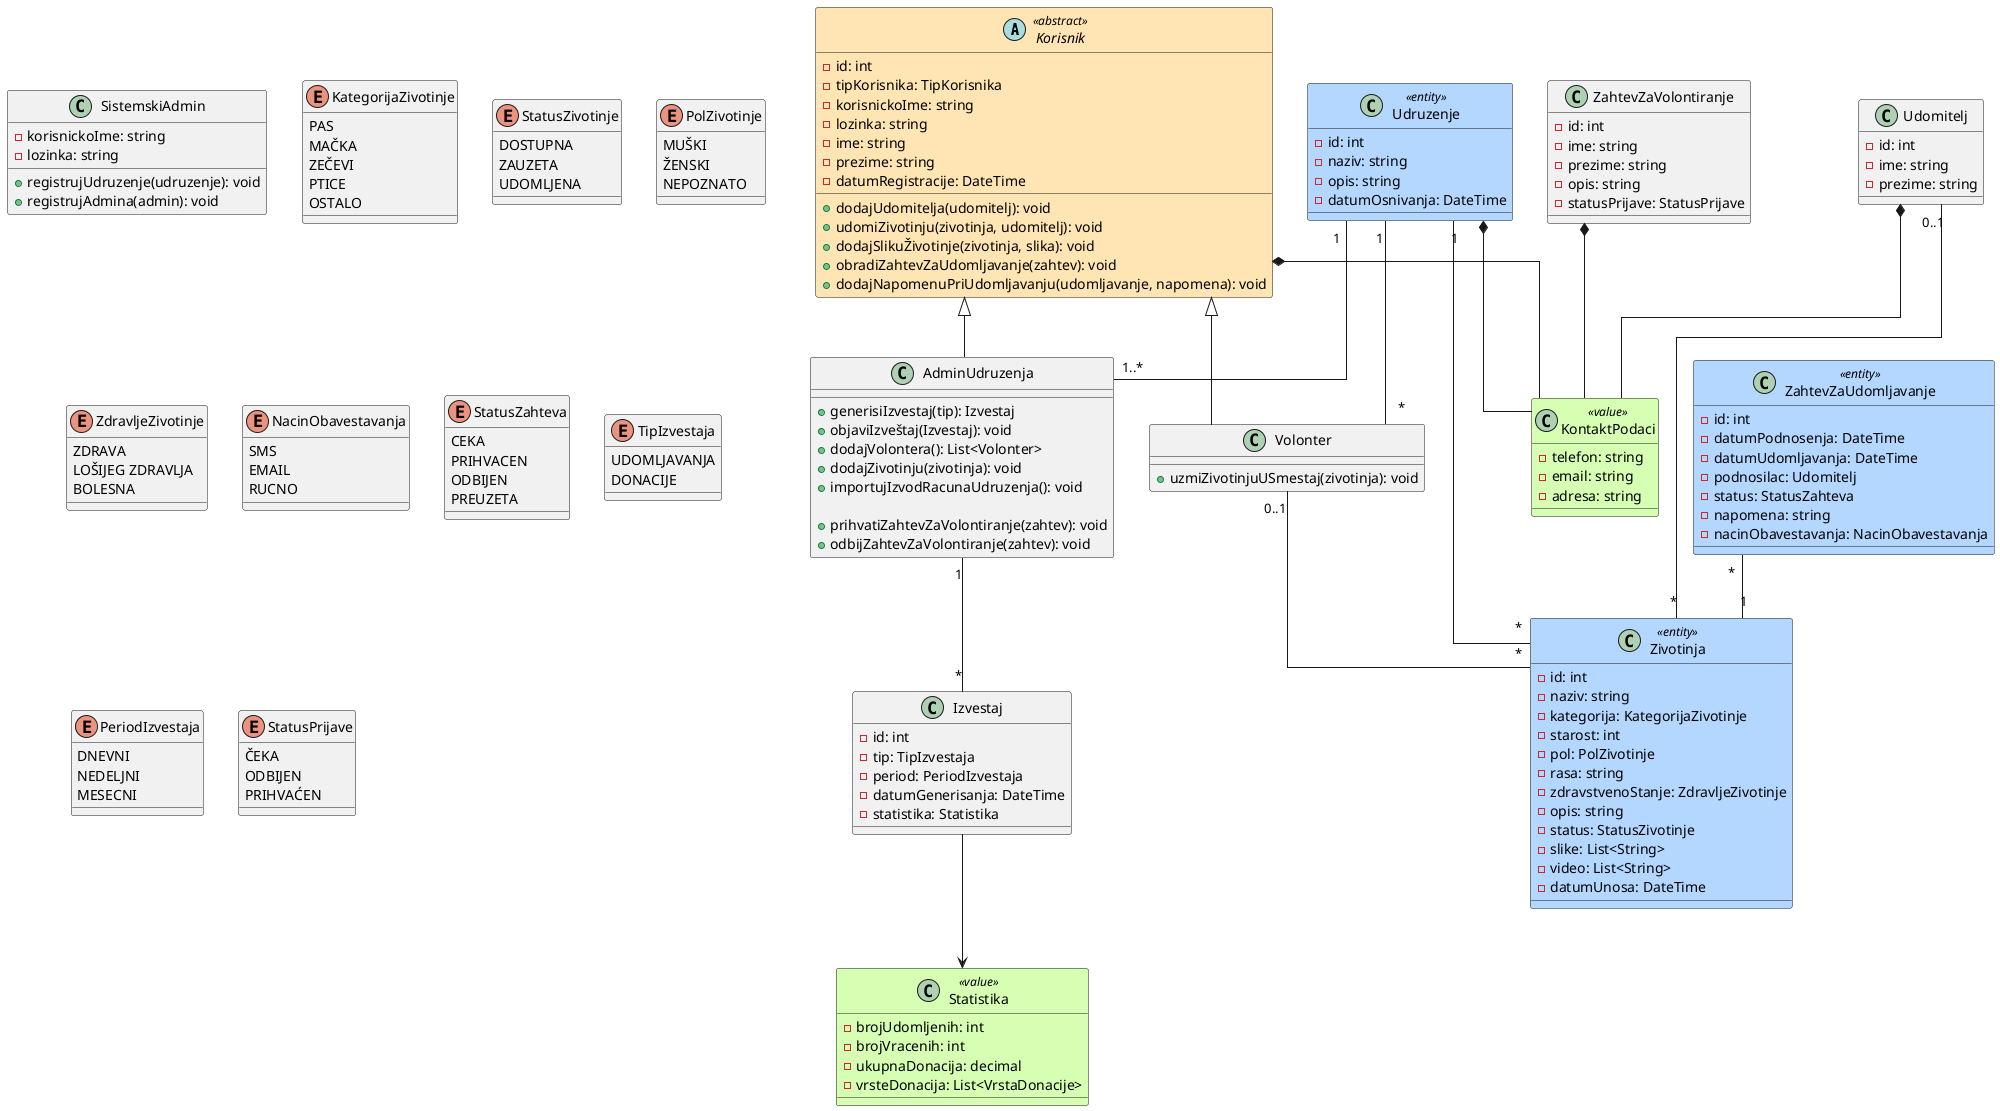
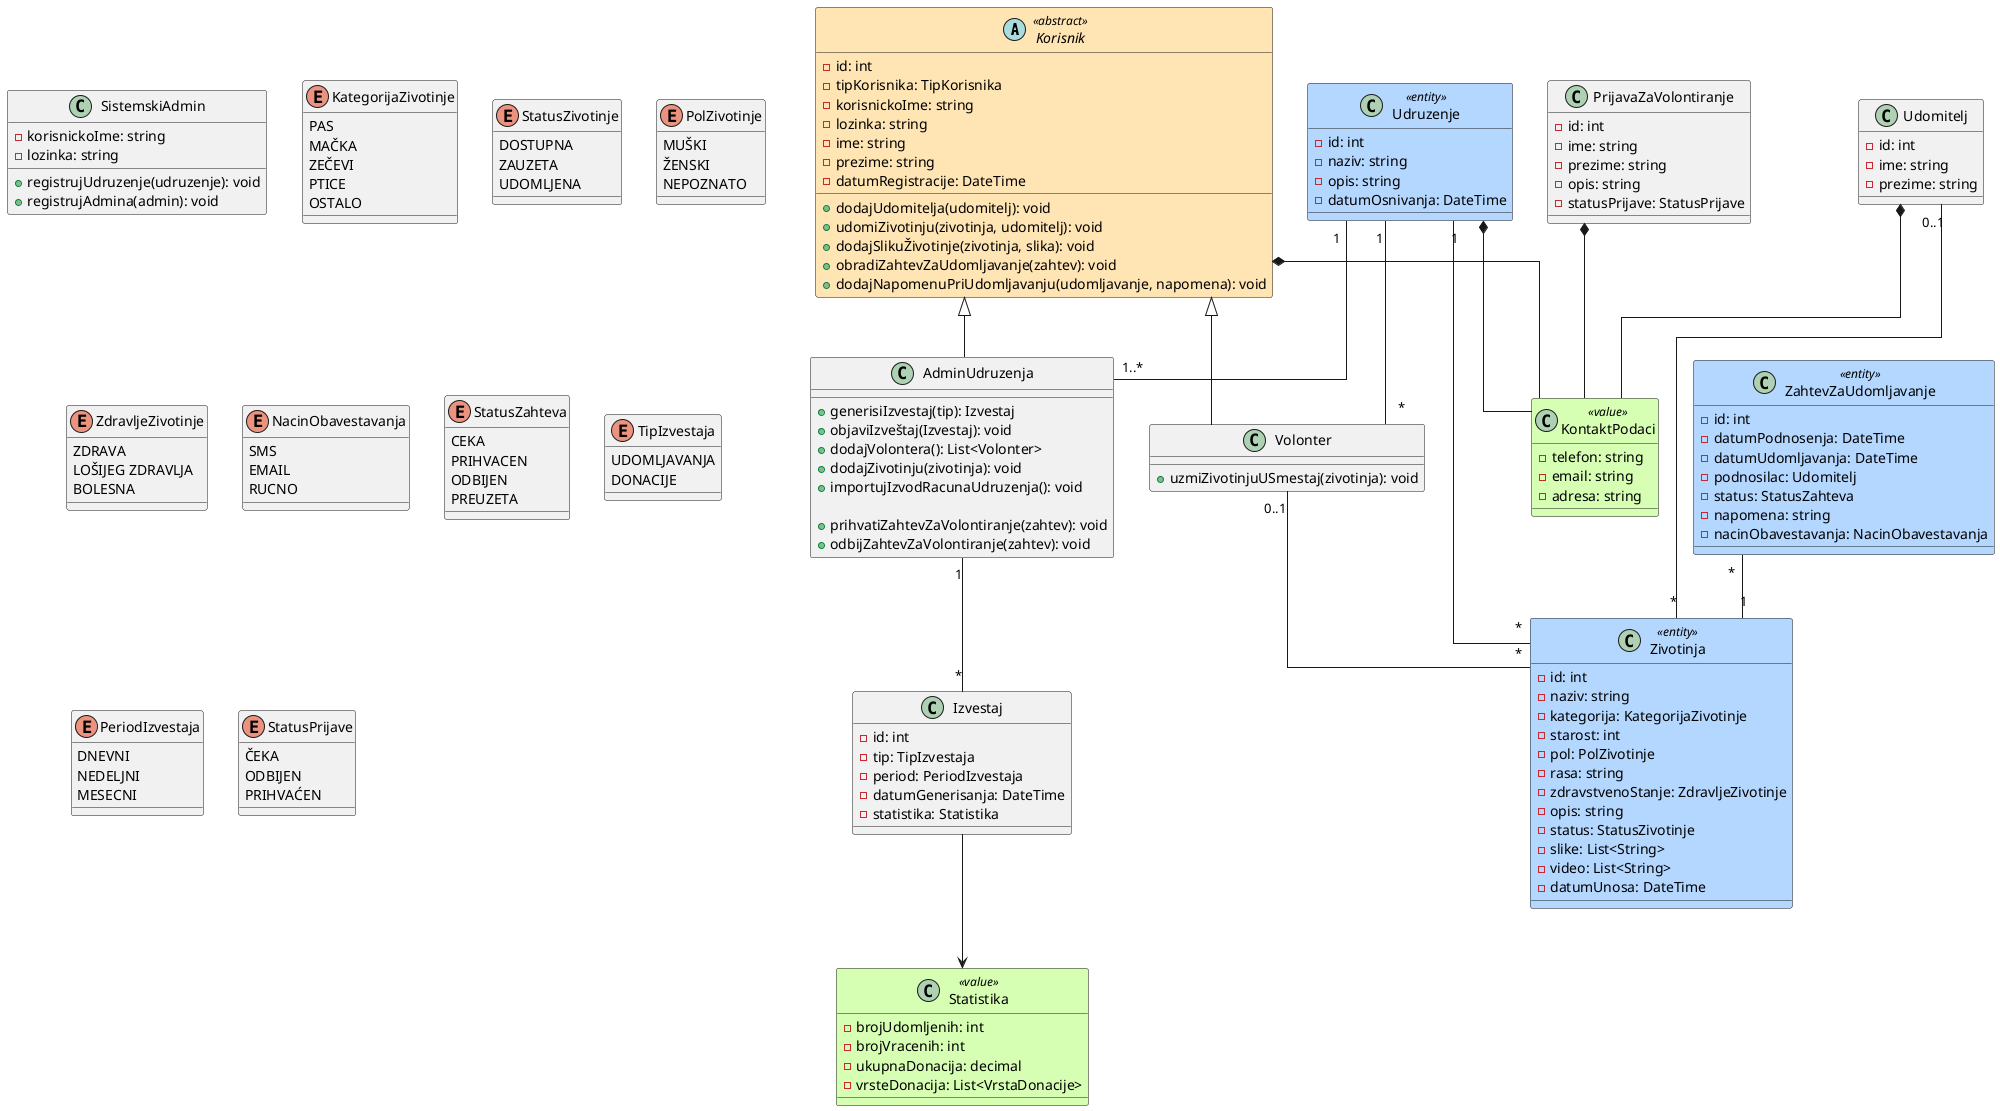
@startuml
!define ABSTRACT_COLOR #FFE5B4
!define ENTITY_COLOR #B4D7FF
!define VALUE_COLOR #D7FFB4

skinparam classBackgroundColor<<abstract>> ABSTRACT_COLOR
skinparam classBackgroundColor<<entity>> ENTITY_COLOR
skinparam classBackgroundColor<<value>> VALUE_COLOR
skinparam linetype ortho

'================ ABSTRACT =================

abstract class Korisnik <<abstract>> {
    - id: int
    - tipKorisnika: TipKorisnika
    - korisnickoIme: string
    - lozinka: string
    - ime: string
    - prezime: string
    - datumRegistracije: DateTime

    + dodajUdomitelja(udomitelj): void
    + udomiZivotinju(zivotinja, udomitelj): void
    + dodajSlikuŽivotinje(zivotinja, slika): void
    + obradiZahtevZaUdomljavanje(zahtev): void
    + dodajNapomenuPriUdomljavanju(udomljavanje, napomena): void
}

'================ USERS =================

class SistemskiAdmin {
    - korisnickoIme: string
    - lozinka: string

    + registrujUdruzenje(udruzenje): void
    + registrujAdmina(admin): void
}

class AdminUdruzenja {
    + generisiIzvestaj(tip): Izvestaj
    + objaviIzveštaj(Izvestaj): void
    + dodajVolontera(): List<Volonter>
    + dodajZivotinju(zivotinja): void
    + importujIzvodRacunaUdruzenja(): void

    + prihvatiZahtevZaVolontiranje(zahtev): void
    + odbijZahtevZaVolontiranje(zahtev): void
}

class Volonter {
    + uzmiZivotinjuUSmestaj(zivotinja): void
}

class Udomitelj {
    - id: int
    - ime: string
    - prezime: string
}

'================ ENTITIES =================

class Udruzenje <<entity>> {
    - id: int
    - naziv: string
    - opis: string
    - datumOsnivanja: DateTime
}

class Zivotinja <<entity>> {
    - id: int
    - naziv: string
    - kategorija: KategorijaZivotinje
    - starost: int
    - pol: PolZivotinje
    - rasa: string
    - zdravstvenoStanje: ZdravljeZivotinje
    - opis: string
    - status: StatusZivotinje
    - slike: List<String>
    - video: List<String>
    - datumUnosa: DateTime
}

enum KategorijaZivotinje {
    PAS
    MAČKA
    ZEČEVI
    PTICE
    OSTALO
}

enum StatusZivotinje {
    DOSTUPNA
    ZAUZETA
    UDOMLJENA
}

enum PolZivotinje {
    MUŠKI
    ŽENSKI
    NEPOZNATO
}

enum ZdravljeZivotinje {
    ZDRAVA
    LOŠIJEG ZDRAVLJA
    BOLESNA
}

enum NacinObavestavanja {
    SMS
    EMAIL
    RUCNO
}

class ZahtevZaUdomljavanje <<entity>> {
    - id: int
    - datumPodnosenja: DateTime
    - datumUdomljavanja: DateTime
    - podnosilac: Udomitelj
    - status: StatusZahteva
    - napomena: string
    - nacinObavestavanja: NacinObavestavanja
}

enum StatusZahteva {
    CEKA
    PRIHVACEN
    ODBIJEN
    PREUZETA
}

class Izvestaj {
    - id: int
    - tip: TipIzvestaja
    - period: PeriodIzvestaja
    - datumGenerisanja: DateTime
    - statistika: Statistika
}

enum TipIzvestaja {
    UDOMLJAVANJA
    DONACIJE
}

enum PeriodIzvestaja {
    DNEVNI
    NEDELJNI
    MESECNI
}

class Statistika <<value>> {
    - brojUdomljenih: int
    - brojVracenih: int
    - ukupnaDonacija: decimal
    - vrsteDonacija: List<VrstaDonacije>
}

- class ZahtevZaVolontiranje {
+ class PrijavaZaVolontiranje {
    - id: int
    - ime: string
    - prezime: string
    - opis: string
    - statusPrijave: StatusPrijave
}

enum StatusPrijave {
    ČEKA
    ODBIJEN
    PRIHVAĆEN
}

'================ VALUE OBJECTS =================

class KontaktPodaci <<value>> {
    - telefon: string
    - email: string
    - adresa: string
}

'================ RELATIONS =================

Korisnik <|-- AdminUdruzenja
Korisnik <|-- Volonter
Korisnik *-- KontaktPodaci

Udruzenje *-- KontaktPodaci
Udruzenje "1" -- "*" Zivotinja
Udruzenje "1" -- "*" Volonter
Udruzenje "1" -- "1..*" AdminUdruzenja

AdminUdruzenja "1" -- "*" Izvestaj

Volonter "0..1" -- "*" Zivotinja

Udomitelj "0..1" -- "*" Zivotinja
Udomitelj *-- KontaktPodaci

ZahtevZaUdomljavanje "*" -- "1" Zivotinja

Izvestaj --> Statistika

- ZahtevZaVolontiranje *-- KontaktPodaci
+ PrijavaZaVolontiranje *-- KontaktPodaci

@enduml